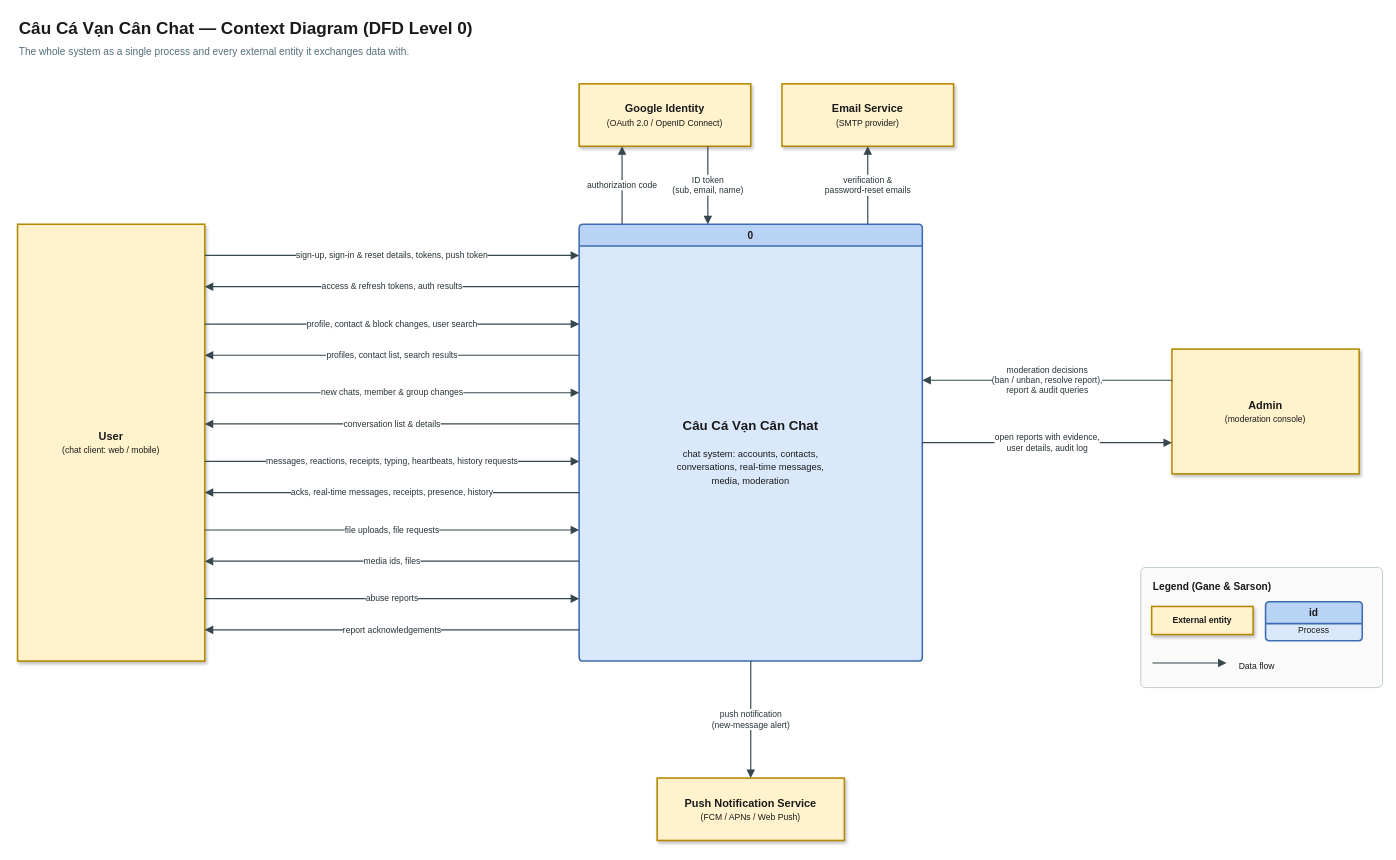
Above: docs/diagrams/01-context-dfd-level-0.drawio in HieuLe832/HeavyweightFishing (draw.io), before the change. Source tidied: cells renumbered, new cells numbered last; positions are measured from the earlier drawing's top-left corner, leaving out a move shared by most shapes. Both pictures are drawn from the tidied source at 78%, with x=0, y=0 at pixel (17, 13).
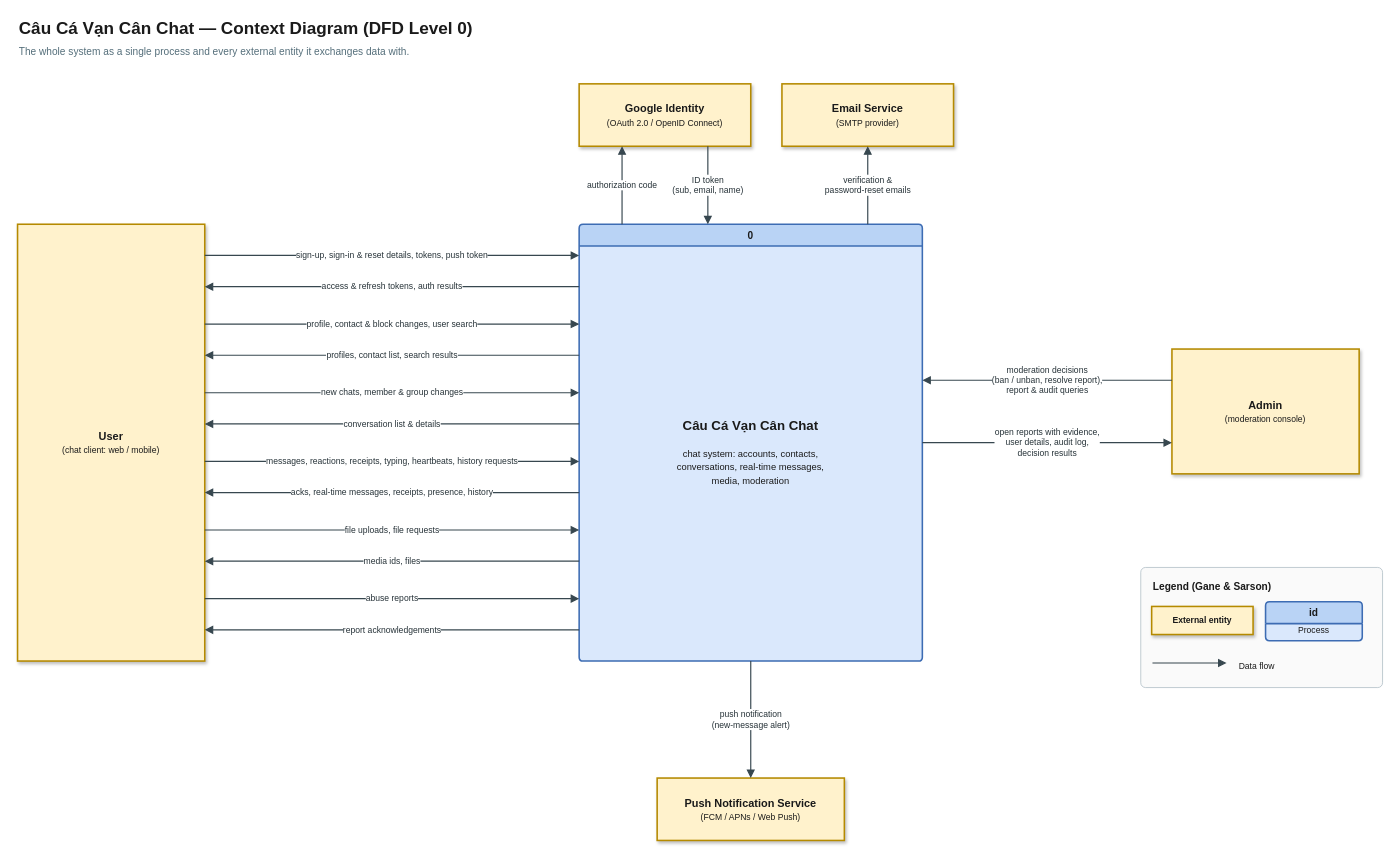
The same diagram, later.

Commit message (it also covers changes not shown here):
docs: add DFD level 2 for 6.0 Moderate & Audit

Unchanged cells that the change refers to:
```xml
<mxCell id="5" value="0" style="swimlane;rounded=1;arcSize=10;absoluteArcSize=1;startSize=28;html=1;whiteSpace=wrap;fontSize=13;fontStyle=1;strokeWidth=2;swimlaneFillColor=#DAE8FC;fillColor=#B9D3F5;strokeColor=#3D6CB3;fontColor=#1A1A1A;fontFamily=Helvetica;" parent="1" vertex="1">
  <mxGeometry x="720" y="270" width="440" height="560" as="geometry" />
</mxCell>
<mxCell id="25" value="Admin&lt;br&gt;&lt;font style='font-size:11px;font-weight:normal'&gt;(moderation console)&lt;/font&gt;" style="rounded=0;whiteSpace=wrap;html=1;fontSize=14;fontStyle=1;strokeWidth=2;shadow=1;fillColor=#FFF2CC;strokeColor=#B58A00;fontColor=#1A1A1A;fontFamily=Helvetica;" parent="1" vertex="1">
  <mxGeometry x="1480" y="430" width="240" height="160" as="geometry" />
</mxCell>
```

The edit, as a diff of the source:
```diff
@@
-    <mxCell id="27" value="open reports with evidence,&lt;br&gt;user details, audit log" style="edgeStyle=orthogonalEdgeStyle;rounded=1;jettySize=auto;html=1;endArrow=block;endFill=1;endSize=7;strokeWidth=1.5;strokeColor=#37474F;fontSize=11;fontColor=#263238;labelBackgroundColor=#FFFFFF;jumpStyle=arc;jumpSize=10;fontFamily=Helvetica;exitX=1.0;exitY=0.5;exitDx=0;exitDy=0;entryX=0.0;entryY=0.75;entryDx=0;entryDy=0;" parent="1" edge="1" source="5" target="25">
+    <mxCell id="27" value="open reports with evidence,&lt;br&gt;user details, audit log,&lt;br&gt;decision results" style="edgeStyle=orthogonalEdgeStyle;rounded=1;jettySize=auto;html=1;endArrow=block;endFill=1;endSize=7;strokeWidth=1.5;strokeColor=#37474F;fontSize=11;fontColor=#263238;labelBackgroundColor=#FFFFFF;jumpStyle=arc;jumpSize=10;fontFamily=Helvetica;exitX=1.0;exitY=0.5;exitDx=0;exitDy=0;entryX=0.0;entryY=0.75;entryDx=0;entryDy=0;" parent="1" edge="1" source="5" target="25">
       <mxGeometry relative="1" as="geometry" />
     </mxCell>
```
